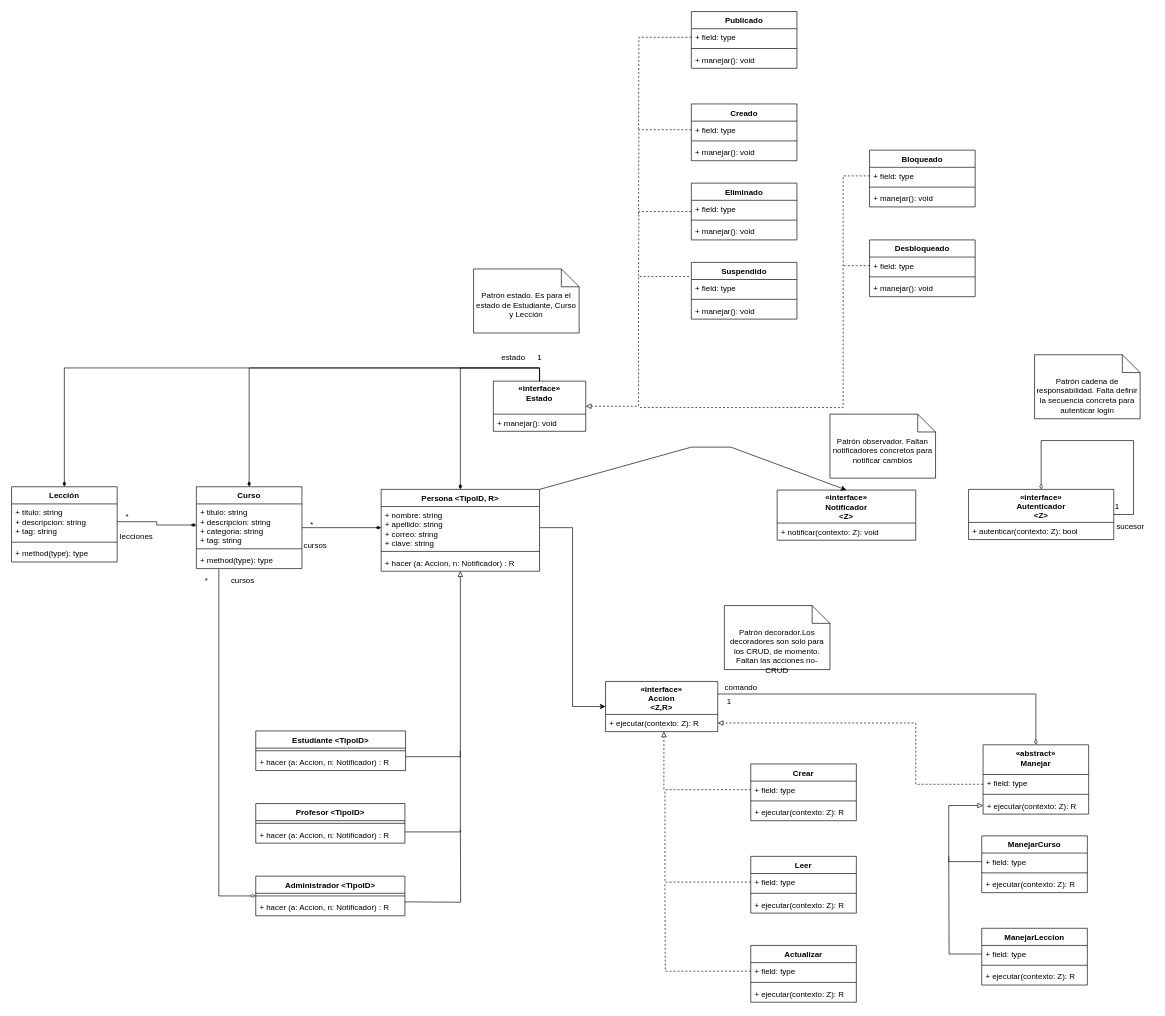
Above: page "Diagrama de Clases" (1 of 3) of Propuesta1ProyectoDesarrollo.drawio in ernestod10/Diagramas (draw.io), before the change. Source tidied: cells renumbered, new cells numbered last; positions are measured from the earlier drawing's top-left corner, leaving out a move shared by most shapes. Both pictures are drawn from the tidied source at 66%, with x=0, y=0 at pixel (11, 11).
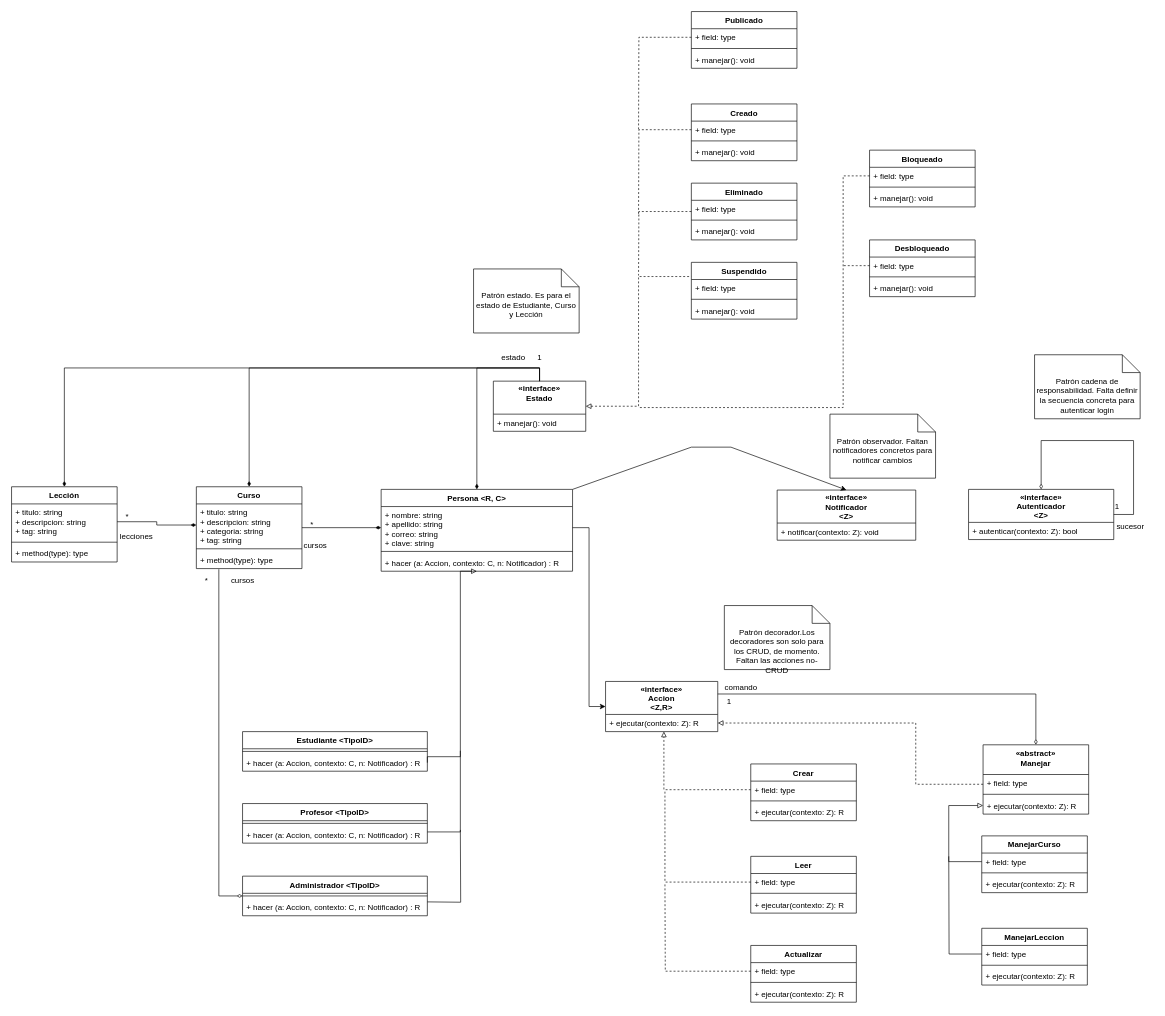
Above is the later version.

Commit message (it also covers changes not shown here):
Update Propuesta1ProyectoDesarrollo.drawio (Parametro agregado en Persona)

Change to the diagram source:
```diff
@@
-    <mxCell id="3" value="Persona &lt;TipoID, R&gt;" style="swimlane;fontStyle=1;align=center;verticalAlign=top;horizontal=1;startSize=26;" parent="1" vertex="1">
-      <mxGeometry x="560" y="724" width="240" height="124" as="geometry" />
+    <mxCell id="3" value="Persona &lt;R, C&gt;" style="swimlane;fontStyle=1;align=center;verticalAlign=top;horizontal=1;startSize=26;" parent="1" vertex="1">
+      <mxGeometry x="560" y="724" width="290" height="124" as="geometry" />
     </mxCell>
     <mxCell id="4" value="+ nombre: string&#10;+ apellido: string&#10;+ correo: string&#10;+ clave: string&#10;" style="text;strokeColor=none;fillColor=none;align=left;verticalAlign=top;spacingLeft=4;spacingRight=4;overflow=hidden;points=[[0,0.5],[1,0.5]];portConstraint=eastwest;" parent="3" vertex="1">
-      <mxGeometry y="26" width="240" height="64" as="geometry" />
+      <mxGeometry y="26" width="290" height="64" as="geometry" />
     </mxCell>
     <mxCell id="5" style="line;strokeWidth=1;fillColor=none;align=left;verticalAlign=middle;spacingTop=-1;spacingLeft=3;spacingRight=3;labelPosition=right;strokeColor=inherit;" parent="3" vertex="1">
-      <mxGeometry y="90" width="240" height="8" as="geometry" />
+      <mxGeometry y="90" width="290" height="8" as="geometry" />
     </mxCell>
-    <mxCell id="6" value="+ hacer (a: Accion, n: Notificador) : R" style="text;strokeColor=none;fillColor=none;align=left;verticalAlign=top;spacingLeft=4;spacingRight=4;overflow=hidden;" parent="3" vertex="1">
-      <mxGeometry y="98" width="240" height="26" as="geometry" />
+    <mxCell id="6" value="+ hacer (a: Accion, contexto: C, n: Notificador) : R" style="text;strokeColor=none;fillColor=none;align=left;verticalAlign=top;spacingLeft=4;spacingRight=4;overflow=hidden;" parent="3" vertex="1">
+      <mxGeometry y="98" width="290" height="26" as="geometry" />
     </mxCell>
     <mxCell id="7" value="Estudiante &lt;TipoID&gt;" style="swimlane;fontStyle=1;align=center;verticalAlign=top;horizontal=1;startSize=26;" parent="1" vertex="1">
-      <mxGeometry x="370" y="1090" width="227" height="60" as="geometry" />
+      <mxGeometry x="350" y="1091" width="280" height="60" as="geometry" />
     </mxCell>
     <mxCell id="8" style="line;strokeWidth=1;fillColor=none;align=left;verticalAlign=middle;spacingTop=-1;spacingLeft=3;spacingRight=3;labelPosition=right;strokeColor=inherit;" parent="7" vertex="1">
-      <mxGeometry y="26" width="227" height="8" as="geometry" />
+      <mxGeometry y="26" width="280" height="8" as="geometry" />
     </mxCell>
-    <mxCell id="9" value="+ hacer (a: Accion, n: Notificador) : R" style="text;strokeColor=none;fillColor=none;align=left;verticalAlign=top;spacingLeft=4;spacingRight=4;overflow=hidden;points=[[0,0.5],[1,0.5]];portConstraint=eastwest;" parent="7" vertex="1">
-      <mxGeometry y="34" width="227" height="26" as="geometry" />
+    <mxCell id="9" value="+ hacer (a: Accion, contexto: C, n: Notificador) : R" style="text;strokeColor=none;fillColor=none;align=left;verticalAlign=top;spacingLeft=4;spacingRight=4;overflow=hidden;points=[[0,0.5],[1,0.5]];portConstraint=eastwest;" parent="7" vertex="1">
+      <mxGeometry y="34" width="280" height="26" as="geometry" />
     </mxCell>
@@
     <mxCell id="11" value="Profesor &lt;TipoID&gt;" style="swimlane;fontStyle=1;align=center;verticalAlign=top;horizontal=1;startSize=26;" parent="1" vertex="1">
-      <mxGeometry x="370" y="1200" width="226" height="60" as="geometry" />
+      <mxGeometry x="350" y="1200" width="280" height="60" as="geometry" />
     </mxCell>
     <mxCell id="12" style="line;strokeWidth=1;fillColor=none;align=left;verticalAlign=middle;spacingTop=-1;spacingLeft=3;spacingRight=3;labelPosition=right;strokeColor=inherit;" parent="11" vertex="1">
-      <mxGeometry y="26" width="226" height="8" as="geometry" />
+      <mxGeometry y="26" width="280" height="8" as="geometry" />
     </mxCell>
-    <mxCell id="13" value="+ hacer (a: Accion, n: Notificador) : R" style="text;strokeColor=none;fillColor=none;align=left;verticalAlign=top;spacingLeft=4;spacingRight=4;overflow=hidden;" parent="11" vertex="1">
-      <mxGeometry y="34" width="226" height="26" as="geometry" />
+    <mxCell id="13" value="+ hacer (a: Accion, contexto: C, n: Notificador) : R" style="text;strokeColor=none;fillColor=none;align=left;verticalAlign=top;spacingLeft=4;spacingRight=4;overflow=hidden;" parent="11" vertex="1">
+      <mxGeometry y="34" width="280" height="26" as="geometry" />
     </mxCell>
@@
     <mxCell id="15" value="Administrador &lt;TipoID&gt;" style="swimlane;fontStyle=1;align=center;verticalAlign=top;horizontal=1;startSize=26;" parent="1" vertex="1">
-      <mxGeometry x="370" y="1310" width="226" height="60" as="geometry" />
+      <mxGeometry x="350" y="1310" width="280" height="60" as="geometry" />
     </mxCell>
     <mxCell id="16" style="line;strokeWidth=1;fillColor=none;align=left;verticalAlign=middle;spacingTop=-1;spacingLeft=3;spacingRight=3;labelPosition=right;strokeColor=inherit;" parent="15" vertex="1">
-      <mxGeometry y="26" width="226" height="8" as="geometry" />
+      <mxGeometry y="26" width="280" height="8" as="geometry" />
     </mxCell>
-    <mxCell id="17" value="+ hacer (a: Accion, n: Notificador) : R" style="text;strokeColor=none;fillColor=none;align=left;verticalAlign=top;spacingLeft=4;spacingRight=4;overflow=hidden;" parent="15" vertex="1">
-      <mxGeometry y="34" width="226" height="26" as="geometry" />
+    <mxCell id="17" value="+ hacer (a: Accion, contexto: C, n: Notificador) : R" style="text;strokeColor=none;fillColor=none;align=left;verticalAlign=top;spacingLeft=4;spacingRight=4;overflow=hidden;" parent="15" vertex="1">
+      <mxGeometry y="34" width="280" height="26" as="geometry" />
     </mxCell>
@@
-    <mxCell id="50" style="edgeStyle=orthogonalEdgeStyle;rounded=0;jettySize=auto;html=1;strokeColor=default;endArrow=block;endFill=0;entryX=0.5;entryY=1;entryDx=0;entryDy=0;" parent="1" edge="1" target="3">
+    <mxCell id="50" style="edgeStyle=orthogonalEdgeStyle;rounded=0;jettySize=auto;html=1;strokeColor=default;endArrow=block;endFill=0;entryX=0.5;entryY=1;entryDx=0;entryDy=0;exitX=1;exitY=0.5;exitDx=0;exitDy=0;" parent="1" edge="1" source="9" target="3">
       <mxGeometry relative="1" as="geometry">
-        <mxPoint x="597" y="1129" as="sourcePoint" />
         <Array as="points">
+          <mxPoint x="630" y="1129" />
           <mxPoint x="680" y="1129" />
+          <mxPoint x="680" y="848" />
         </Array>
       </mxGeometry>
     </mxCell>
     <mxCell id="51" style="edgeStyle=orthogonalEdgeStyle;rounded=0;orthogonalLoop=1;jettySize=auto;html=1;strokeColor=default;endArrow=none;endFill=0;" parent="1" edge="1">
       <mxGeometry relative="1" as="geometry">
-        <mxPoint x="596" y="1349" as="sourcePoint" />
+        <mxPoint x="630" y="1349" as="sourcePoint" />
         <mxPoint x="680" y="1240" as="targetPoint" />
       </mxGeometry>
     </mxCell>
```
